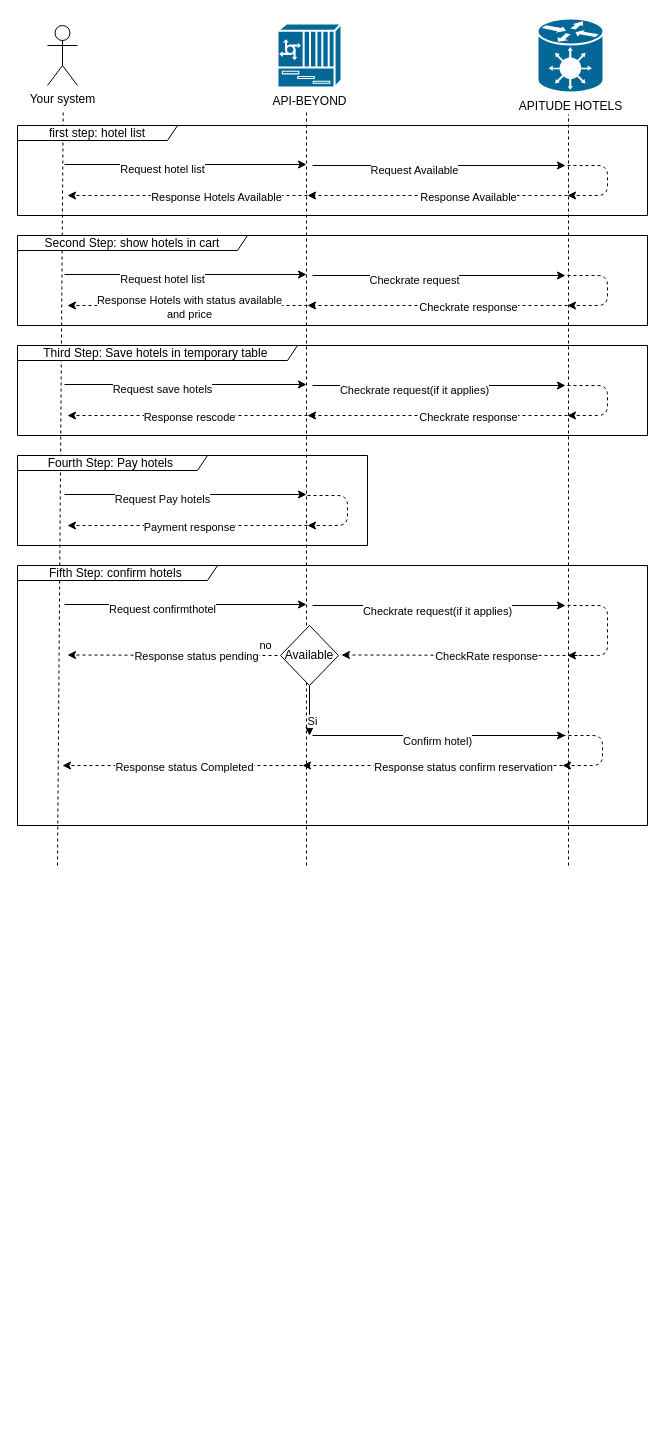
Above: Untitled Diagram.drawio in martin871/GitHUB (draw.io), before the change. Source tidied: cells renumbered, new cells numbered last; positions are measured from the earlier drawing's top-left corner, leaving out a move shared by most shapes. Both pictures are drawn from the tidied source at 100%, with x=0, y=0 at pixel (17, 18).
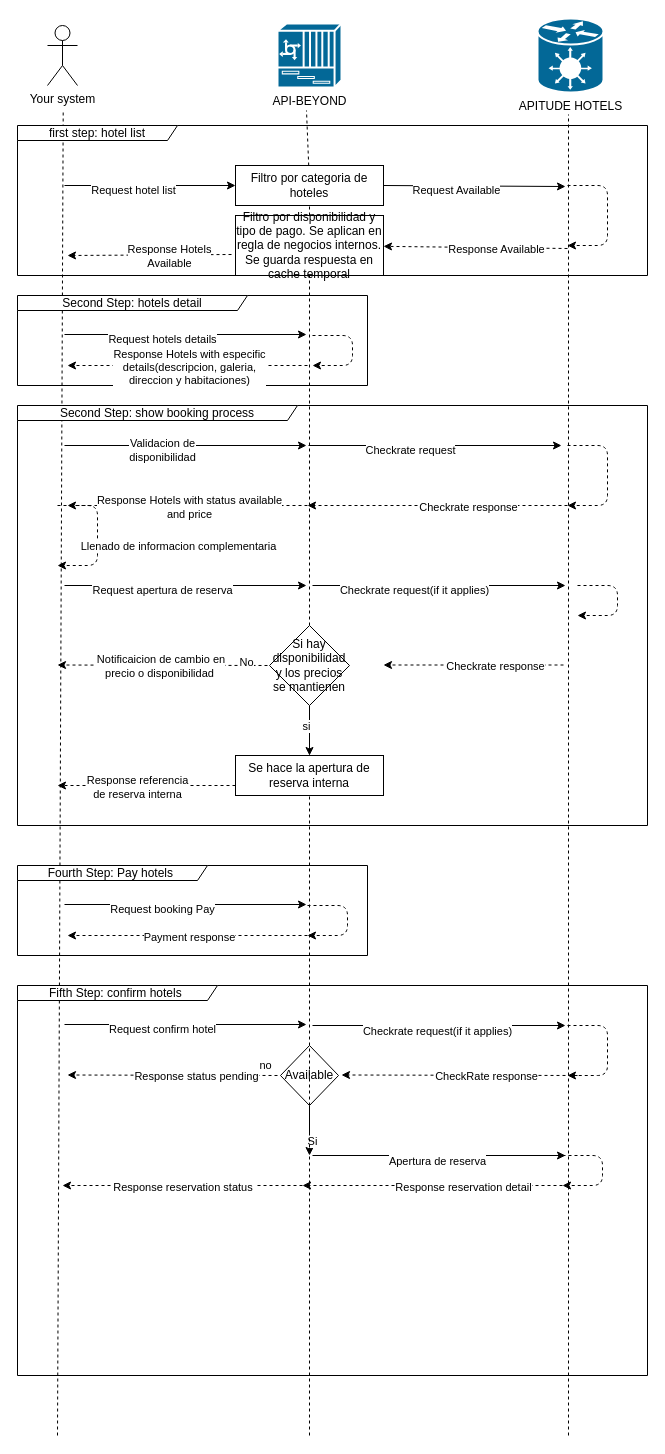
The same diagram, later.

The edit, as a diff of the source:
```diff
@@
     <mxCell id="5" style="endArrow=none;dashed=1;html=1;" parent="1" edge="1">
       <mxGeometry relative="1" as="geometry">
-        <mxPoint x="40" y="847" as="sourcePoint" />
+        <mxPoint x="40" y="1417" as="sourcePoint" />
         <mxPoint x="45.7" y="94" as="targetPoint" />
       </mxGeometry>
     </mxCell>
     <mxCell id="6" value="first step: hotel list" style="shape=umlFrame;whiteSpace=wrap;html=1;width=160;height=15;" parent="1" vertex="1">
-      <mxGeometry y="107" width="630" height="90" as="geometry" />
+      <mxGeometry y="107" width="630" height="150" as="geometry" />
     </mxCell>
-    <mxCell id="7" style="endArrow=none;dashed=1;html=1;" parent="1" edge="1">
+    <mxCell id="7" style="endArrow=none;dashed=1;html=1;startArrow=none;" parent="1" edge="1" source="65">
       <mxGeometry relative="1" as="geometry">
-        <mxPoint x="289" y="847" as="sourcePoint" />
         <mxPoint x="289" y="92" as="targetPoint" />
       </mxGeometry>
     </mxCell>
     <mxCell id="8" style="endArrow=none;dashed=1;html=1;" parent="1" edge="1">
       <mxGeometry relative="1" as="geometry">
-        <mxPoint x="551" y="847" as="sourcePoint" />
+        <mxPoint x="551" y="1417" as="sourcePoint" />
         <mxPoint x="551" y="96" as="targetPoint" />
       </mxGeometry>
     </mxCell>
-    <mxCell id="9" style="endArrow=classic;html=1;exitX=0.095;exitY=0.556;exitDx=0;exitDy=0;exitPerimeter=0;" parent="1" edge="1">
+    <mxCell id="9" style="endArrow=classic;html=1;exitX=0.095;exitY=0.556;exitDx=0;exitDy=0;exitPerimeter=0;entryX=0;entryY=0.5;entryDx=0;entryDy=0;" parent="1" edge="1" target="65">
       <mxGeometry relative="1" as="geometry">
-        <mxPoint x="47" y="146" as="sourcePoint" />
-        <mxPoint x="289" y="146" as="targetPoint" />
+        <mxPoint x="47" y="167" as="sourcePoint" />
       </mxGeometry>
     </mxCell>
@@
-    <mxCell id="11" style="endArrow=classic;html=1;exitX=0.095;exitY=0.556;exitDx=0;exitDy=0;exitPerimeter=0;" parent="1" edge="1">
+    <mxCell id="11" style="endArrow=classic;html=1;exitX=1;exitY=0.5;exitDx=0;exitDy=0;" parent="1" edge="1" source="65">
       <mxGeometry relative="1" as="geometry">
-        <mxPoint x="295" y="147" as="sourcePoint" />
-        <mxPoint x="548" y="147" as="targetPoint" />
+        <mxPoint x="548" y="168" as="targetPoint" />
       </mxGeometry>
     </mxCell>
@@
     <mxCell id="13" style="endArrow=classic;html=1;dashed=1;" parent="1" edge="1">
       <mxGeometry relative="1" as="geometry">
-        <mxPoint x="550" y="147" as="sourcePoint" />
-        <mxPoint x="550" y="177" as="targetPoint" />
+        <mxPoint x="550" y="167" as="sourcePoint" />
+        <mxPoint x="550" y="227" as="targetPoint" />
         <Array as="points">
-          <mxPoint x="590" y="147" />
-          <mxPoint x="590" y="177" />
+          <mxPoint x="590" y="167" />
+          <mxPoint x="590" y="227" />
         </Array>
       </mxGeometry>
     </mxCell>
-    <mxCell id="14" style="endArrow=classic;html=1;dashed=1;" parent="1" edge="1">
+    <mxCell id="14" style="endArrow=classic;html=1;dashed=1;" parent="1" edge="1" target="67">
       <mxGeometry relative="1" as="geometry">
-        <mxPoint x="550" y="177" as="sourcePoint" />
-        <mxPoint x="290" y="177" as="targetPoint" />
+        <mxPoint x="550" y="230" as="sourcePoint" />
       </mxGeometry>
     </mxCell>
@@
-    <mxCell id="16" style="endArrow=classic;html=1;dashed=1;" parent="1" edge="1">
+    <mxCell id="16" style="endArrow=classic;html=1;dashed=1;exitX=-0.027;exitY=0.65;exitDx=0;exitDy=0;exitPerimeter=0;" parent="1" edge="1" source="67">
       <mxGeometry relative="1" as="geometry">
-        <mxPoint x="290" y="177" as="sourcePoint" />
-        <mxPoint x="50" y="177" as="targetPoint" />
+        <mxPoint x="50" y="237" as="targetPoint" />
       </mxGeometry>
     </mxCell>
-    <mxCell id="17" value="Response Hotels Available" style="edgeLabel;html=1;align=center;verticalAlign=middle;" parent="16" vertex="1">
+    <mxCell id="17" value="Response Hotels &lt;br&gt;Available" style="edgeLabel;html=1;align=center;verticalAlign=middle;" parent="16" vertex="1">
       <mxGeometry x="-0.23" y="1" relative="1" as="geometry" />
     </mxCell>
-    <mxCell id="18" value="Second Step: show hotels in cart" style="shape=umlFrame;whiteSpace=wrap;html=1;width=230;height=15;" parent="1" vertex="1">
-      <mxGeometry y="217" width="630" height="90" as="geometry" />
+    <mxCell id="18" value="Second Step: show booking process" style="shape=umlFrame;whiteSpace=wrap;html=1;width=280;height=15;" parent="1" vertex="1">
+      <mxGeometry y="387" width="630" height="420" as="geometry" />
     </mxCell>
     <mxCell id="19" style="endArrow=classic;html=1;exitX=0.095;exitY=0.556;exitDx=0;exitDy=0;exitPerimeter=0;" parent="1" edge="1">
       <mxGeometry relative="1" as="geometry">
-        <mxPoint x="47" y="256" as="sourcePoint" />
-        <mxPoint x="289" y="256" as="targetPoint" />
+        <mxPoint x="47" y="427" as="sourcePoint" />
+        <mxPoint x="289" y="427" as="targetPoint" />
       </mxGeometry>
     </mxCell>
-    <mxCell id="20" value="Request hotel list" style="edgeLabel;html=1;align=center;verticalAlign=middle;" parent="19" vertex="1">
+    <mxCell id="20" value="Validacion de &lt;br&gt;disponibilidad" style="edgeLabel;html=1;align=center;verticalAlign=middle;" parent="19" vertex="1">
       <mxGeometry x="-0.2" y="-4" relative="1" as="geometry" />
     </mxCell>
     <mxCell id="21" style="endArrow=classic;html=1;exitX=0.095;exitY=0.556;exitDx=0;exitDy=0;exitPerimeter=0;" parent="1" edge="1">
       <mxGeometry relative="1" as="geometry">
-        <mxPoint x="295" y="257" as="sourcePoint" />
-        <mxPoint x="548" y="257" as="targetPoint" />
+        <mxPoint x="291" y="427" as="sourcePoint" />
+        <mxPoint x="544" y="427" as="targetPoint" />
       </mxGeometry>
     </mxCell>
@@
-    <mxCell id="23" style="endArrow=classic;html=1;dashed=1;" parent="1" edge="1">
-      <mxGeometry relative="1" as="geometry">
-        <mxPoint x="550" y="257" as="sourcePoint" />
-        <mxPoint x="550" y="287" as="targetPoint" />
-        <Array as="points">
-          <mxPoint x="590" y="257" />
-          <mxPoint x="590" y="287" />
-        </Array>
-      </mxGeometry>
-    </mxCell>
     <mxCell id="24" style="endArrow=classic;html=1;dashed=1;" parent="1" edge="1">
       <mxGeometry relative="1" as="geometry">
-        <mxPoint x="550" y="287" as="sourcePoint" />
-        <mxPoint x="290" y="287" as="targetPoint" />
+        <mxPoint x="550" y="487" as="sourcePoint" />
+        <mxPoint x="290" y="487" as="targetPoint" />
       </mxGeometry>
     </mxCell>
@@
     <mxCell id="26" style="endArrow=classic;html=1;dashed=1;" parent="1" edge="1">
       <mxGeometry relative="1" as="geometry">
-        <mxPoint x="290" y="287" as="sourcePoint" />
-        <mxPoint x="50" y="287" as="targetPoint" />
+        <mxPoint x="290" y="487" as="sourcePoint" />
+        <mxPoint x="50" y="487" as="targetPoint" />
       </mxGeometry>
     </mxCell>
@@
-    <mxCell id="28" value="Third Step: Save hotels in temporary table&amp;nbsp;" style="shape=umlFrame;whiteSpace=wrap;html=1;width=280;height=15;" parent="1" vertex="1">
-      <mxGeometry y="327" width="630" height="90" as="geometry" />
-    </mxCell>
     <mxCell id="29" style="endArrow=classic;html=1;exitX=0.095;exitY=0.556;exitDx=0;exitDy=0;exitPerimeter=0;" parent="1" edge="1">
       <mxGeometry relative="1" as="geometry">
-        <mxPoint x="47" y="366" as="sourcePoint" />
-        <mxPoint x="289" y="366" as="targetPoint" />
+        <mxPoint x="47" y="567" as="sourcePoint" />
+        <mxPoint x="289" y="567" as="targetPoint" />
       </mxGeometry>
     </mxCell>
-    <mxCell id="30" value="Request save hotels" style="edgeLabel;html=1;align=center;verticalAlign=middle;" parent="29" vertex="1">
+    <mxCell id="30" value="Request apertura de reserva" style="edgeLabel;html=1;align=center;verticalAlign=middle;" parent="29" vertex="1">
       <mxGeometry x="-0.2" y="-4" relative="1" as="geometry" />
     </mxCell>
     <mxCell id="31" style="endArrow=classic;html=1;exitX=0.095;exitY=0.556;exitDx=0;exitDy=0;exitPerimeter=0;" parent="1" edge="1">
       <mxGeometry relative="1" as="geometry">
-        <mxPoint x="295" y="367" as="sourcePoint" />
-        <mxPoint x="548" y="367" as="targetPoint" />
+        <mxPoint x="295" y="567" as="sourcePoint" />
+        <mxPoint x="548" y="567" as="targetPoint" />
       </mxGeometry>
     </mxCell>
@@
     <mxCell id="33" style="endArrow=classic;html=1;dashed=1;" parent="1" edge="1">
       <mxGeometry relative="1" as="geometry">
-        <mxPoint x="550" y="367" as="sourcePoint" />
-        <mxPoint x="550" y="397" as="targetPoint" />
+        <mxPoint x="560" y="567" as="sourcePoint" />
+        <mxPoint x="560" y="597" as="targetPoint" />
         <Array as="points">
-          <mxPoint x="590" y="367" />
-          <mxPoint x="590" y="397" />
+          <mxPoint x="600" y="567" />
+          <mxPoint x="600" y="597" />
         </Array>
       </mxGeometry>
     </mxCell>
     <mxCell id="34" style="endArrow=classic;html=1;dashed=1;" parent="1" edge="1">
       <mxGeometry relative="1" as="geometry">
-        <mxPoint x="550" y="397" as="sourcePoint" />
-        <mxPoint x="290" y="397" as="targetPoint" />
+        <mxPoint x="546" y="646.5" as="sourcePoint" />
+        <mxPoint x="366" y="646.5" as="targetPoint" />
       </mxGeometry>
     </mxCell>
@@
-    <mxCell id="36" style="endArrow=classic;html=1;dashed=1;" parent="1" edge="1">
+    <mxCell id="36" style="endArrow=classic;html=1;dashed=1;exitX=0;exitY=0.75;exitDx=0;exitDy=0;" parent="1" edge="1" source="78">
       <mxGeometry relative="1" as="geometry">
-        <mxPoint x="290" y="397" as="sourcePoint" />
-        <mxPoint x="50" y="397" as="targetPoint" />
+        <mxPoint x="40" y="767" as="targetPoint" />
       </mxGeometry>
     </mxCell>
-    <mxCell id="37" value="Response rescode" style="edgeLabel;html=1;align=center;verticalAlign=middle;" parent="36" vertex="1">
+    <mxCell id="37" value="Response referencia &lt;br&gt;de reserva interna" style="edgeLabel;html=1;align=center;verticalAlign=middle;" parent="36" vertex="1">
       <mxGeometry x="-0.23" y="1" relative="1" as="geometry">
-        <mxPoint x="-27" as="offset" />
+        <mxPoint x="-30" as="offset" />
       </mxGeometry>
     </mxCell>
     <mxCell id="38" value="Fourth Step: Pay hotels&amp;nbsp;" style="shape=umlFrame;whiteSpace=wrap;html=1;width=190;height=15;" parent="1" vertex="1">
-      <mxGeometry y="437" width="350" height="90" as="geometry" />
+      <mxGeometry y="847" width="350" height="90" as="geometry" />
     </mxCell>
     <mxCell id="39" style="endArrow=classic;html=1;exitX=0.095;exitY=0.556;exitDx=0;exitDy=0;exitPerimeter=0;" parent="1" edge="1">
       <mxGeometry relative="1" as="geometry">
-        <mxPoint x="47" y="476" as="sourcePoint" />
-        <mxPoint x="289" y="476" as="targetPoint" />
+        <mxPoint x="47" y="886" as="sourcePoint" />
+        <mxPoint x="289" y="886" as="targetPoint" />
       </mxGeometry>
     </mxCell>
-    <mxCell id="40" value="Request Pay hotels" style="edgeLabel;html=1;align=center;verticalAlign=middle;" parent="39" vertex="1">
+    <mxCell id="40" value="Request booking Pay" style="edgeLabel;html=1;align=center;verticalAlign=middle;" parent="39" vertex="1">
       <mxGeometry x="-0.2" y="-4" relative="1" as="geometry" />
     </mxCell>
     <mxCell id="41" style="endArrow=classic;html=1;dashed=1;" parent="1" edge="1">
       <mxGeometry relative="1" as="geometry">
-        <mxPoint x="290" y="477" as="sourcePoint" />
-        <mxPoint x="290" y="507" as="targetPoint" />
+        <mxPoint x="290" y="887" as="sourcePoint" />
+        <mxPoint x="290" y="917" as="targetPoint" />
         <Array as="points">
-          <mxPoint x="330" y="477" />
-          <mxPoint x="330" y="507" />
+          <mxPoint x="330" y="887" />
+          <mxPoint x="330" y="917" />
         </Array>
       </mxGeometry>
     </mxCell>
     <mxCell id="42" style="endArrow=classic;html=1;dashed=1;" parent="1" edge="1">
       <mxGeometry relative="1" as="geometry">
-        <mxPoint x="290" y="507" as="sourcePoint" />
-        <mxPoint x="50" y="507" as="targetPoint" />
+        <mxPoint x="290" y="917" as="sourcePoint" />
+        <mxPoint x="50" y="917" as="targetPoint" />
       </mxGeometry>
     </mxCell>
@@
     <mxCell id="44" value="Fifth Step: confirm hotels&amp;nbsp;" style="shape=umlFrame;whiteSpace=wrap;html=1;width=200;height=15;" parent="1" vertex="1">
-      <mxGeometry y="547" width="630" height="260" as="geometry" />
+      <mxGeometry y="967" width="630" height="390" as="geometry" />
     </mxCell>
     <mxCell id="45" style="endArrow=classic;html=1;exitX=0.095;exitY=0.556;exitDx=0;exitDy=0;exitPerimeter=0;" parent="1" edge="1">
       <mxGeometry relative="1" as="geometry">
-        <mxPoint x="47" y="586" as="sourcePoint" />
-        <mxPoint x="289" y="586" as="targetPoint" />
+        <mxPoint x="47" y="1006" as="sourcePoint" />
+        <mxPoint x="289" y="1006" as="targetPoint" />
       </mxGeometry>
     </mxCell>
-    <mxCell id="46" value="Request confirmthotel" style="edgeLabel;html=1;align=center;verticalAlign=middle;" parent="45" vertex="1">
+    <mxCell id="46" value="Request confirm hotel" style="edgeLabel;html=1;align=center;verticalAlign=middle;" parent="45" vertex="1">
       <mxGeometry x="-0.2" y="-4" relative="1" as="geometry" />
     </mxCell>
     <mxCell id="47" style="endArrow=classic;html=1;exitX=0.095;exitY=0.556;exitDx=0;exitDy=0;exitPerimeter=0;" parent="1" edge="1">
       <mxGeometry relative="1" as="geometry">
-        <mxPoint x="295" y="587" as="sourcePoint" />
-        <mxPoint x="548" y="587" as="targetPoint" />
+        <mxPoint x="295" y="1007" as="sourcePoint" />
+        <mxPoint x="548" y="1007" as="targetPoint" />
       </mxGeometry>
     </mxCell>
@@
-    <mxCell id="49" style="endArrow=classic;html=1;dashed=1;entryX=0.873;entryY=0.346;entryDx=0;entryDy=0;entryPerimeter=0;" parent="1" edge="1" target="44">
+    <mxCell id="49" style="endArrow=classic;html=1;dashed=1;" parent="1" edge="1">
       <mxGeometry relative="1" as="geometry">
-        <mxPoint x="550" y="587" as="sourcePoint" />
+        <mxPoint x="550" y="1007" as="sourcePoint" />
+        <mxPoint x="550" y="1057" as="targetPoint" />
         <Array as="points">
-          <mxPoint x="590" y="587" />
-          <mxPoint x="590" y="637" />
+          <mxPoint x="590" y="1007" />
+          <mxPoint x="590" y="1057" />
         </Array>
       </mxGeometry>
     </mxCell>
     <mxCell id="50" style="endArrow=classic;html=1;dashed=1;" parent="1" edge="1">
       <mxGeometry relative="1" as="geometry">
-        <mxPoint x="545" y="747" as="sourcePoint" />
-        <mxPoint x="285" y="747" as="targetPoint" />
+        <mxPoint x="545" y="1167" as="sourcePoint" />
+        <mxPoint x="285" y="1167" as="targetPoint" />
       </mxGeometry>
     </mxCell>
-    <mxCell id="51" value="Response status confirm reservation" style="edgeLabel;html=1;align=center;verticalAlign=middle;" parent="50" vertex="1">
+    <mxCell id="51" value="Response reservation detail" style="edgeLabel;html=1;align=center;verticalAlign=middle;" parent="50" vertex="1">
       <mxGeometry x="-0.23" y="1" relative="1" as="geometry" />
     </mxCell>
     <mxCell id="52" style="endArrow=classic;html=1;dashed=1;" parent="1" edge="1">
       <mxGeometry relative="1" as="geometry">
-        <mxPoint x="285" y="747" as="sourcePoint" />
-        <mxPoint x="45" y="747" as="targetPoint" />
+        <mxPoint x="285" y="1167" as="sourcePoint" />
+        <mxPoint x="45" y="1167" as="targetPoint" />
       </mxGeometry>
     </mxCell>
-    <mxCell id="53" value="Response status Completed" style="edgeLabel;html=1;align=center;verticalAlign=middle;" parent="52" vertex="1">
+    <mxCell id="53" value="Response reservation status&amp;nbsp;" style="edgeLabel;html=1;align=center;verticalAlign=middle;" parent="52" vertex="1">
       <mxGeometry x="-0.23" y="1" relative="1" as="geometry">
         <mxPoint x="-27" as="offset" />
       </mxGeometry>
     </mxCell>
     <mxCell id="54" style="endArrow=classic;html=1;exitX=0.5;exitY=1;exitDx=0;exitDy=0;" parent="1" edge="1" source="61">
       <mxGeometry relative="1" as="geometry">
-        <mxPoint x="292" y="717" as="targetPoint" />
+        <mxPoint x="292" y="1137" as="targetPoint" />
       </mxGeometry>
     </mxCell>
@@
     <mxCell id="56" style="endArrow=classic;html=1;exitX=0.095;exitY=0.556;exitDx=0;exitDy=0;exitPerimeter=0;" parent="1" edge="1">
       <mxGeometry relative="1" as="geometry">
-        <mxPoint x="295" y="717" as="sourcePoint" />
-        <mxPoint x="548" y="717" as="targetPoint" />
+        <mxPoint x="295" y="1137" as="sourcePoint" />
+        <mxPoint x="548" y="1137" as="targetPoint" />
       </mxGeometry>
     </mxCell>
-    <mxCell id="57" value="Confirm hotel)" style="edgeLabel;html=1;align=center;verticalAlign=middle;" parent="56" vertex="1">
+    <mxCell id="57" value="Apertura de reserva" style="edgeLabel;html=1;align=center;verticalAlign=middle;" parent="56" vertex="1">
       <mxGeometry x="-0.2" y="-4" relative="1" as="geometry">
         <mxPoint x="23" y="1" as="offset" />
       </mxGeometry>
     </mxCell>
     <mxCell id="58" style="endArrow=classic;html=1;dashed=1;" parent="1" edge="1">
       <mxGeometry relative="1" as="geometry">
-        <mxPoint x="545" y="717" as="sourcePoint" />
-        <mxPoint x="545" y="747" as="targetPoint" />
+        <mxPoint x="545" y="1137" as="sourcePoint" />
+        <mxPoint x="545" y="1167" as="targetPoint" />
         <Array as="points">
-          <mxPoint x="585" y="717" />
-          <mxPoint x="585" y="747" />
+          <mxPoint x="585" y="1137" />
+          <mxPoint x="585" y="1167" />
         </Array>
       </mxGeometry>
     </mxCell>
     <mxCell id="59" style="endArrow=classic;html=1;dashed=1;" parent="1" edge="1">
       <mxGeometry relative="1" as="geometry">
-        <mxPoint x="560" y="637" as="sourcePoint" />
-        <mxPoint x="324" y="636.5" as="targetPoint" />
+        <mxPoint x="560" y="1057" as="sourcePoint" />
+        <mxPoint x="324" y="1056.5" as="targetPoint" />
       </mxGeometry>
     </mxCell>
@@
     <mxCell id="61" value="Available" style="rhombus;whiteSpace=wrap;html=1;" parent="1" vertex="1">
-      <mxGeometry x="263" y="607" width="58" height="60" as="geometry" />
+      <mxGeometry x="263" y="1027" width="58" height="60" as="geometry" />
     </mxCell>
     <mxCell id="62" style="endArrow=classic;html=1;dashed=1;" parent="1" edge="1">
       <mxGeometry relative="1" as="geometry">
-        <mxPoint x="260" y="637" as="sourcePoint" />
-        <mxPoint x="50" y="636.5" as="targetPoint" />
+        <mxPoint x="260" y="1057" as="sourcePoint" />
+        <mxPoint x="50" y="1056.5" as="targetPoint" />
       </mxGeometry>
     </mxCell>
@@
+    <mxCell id="65" value="Filtro por categoria de hoteles" style="rounded=0;whiteSpace=wrap;html=1;" parent="1" vertex="1">
+      <mxGeometry x="218" y="147" width="148" height="40" as="geometry" />
+    </mxCell>
+    <mxCell id="66" style="endArrow=none;dashed=1;html=1;startArrow=none;" parent="1" edge="1" source="67" target="65">
+      <mxGeometry relative="1" as="geometry" />
+    </mxCell>
+    <mxCell id="67" value="Filtro por disponibilidad y tipo de pago. Se aplican en regla de negocios internos. Se guarda respuesta en cache temporal" style="rounded=0;whiteSpace=wrap;html=1;" parent="1" vertex="1">
+      <mxGeometry x="218" y="197" width="148" height="60" as="geometry" />
+    </mxCell>
+    <mxCell id="68" style="endArrow=none;dashed=1;html=1;" parent="1" edge="1" target="67">
+      <mxGeometry relative="1" as="geometry">
+        <mxPoint x="292" y="1417" as="sourcePoint" />
+      </mxGeometry>
+    </mxCell>
+    <mxCell id="69" value="Second Step: hotels detail" style="shape=umlFrame;whiteSpace=wrap;html=1;width=230;height=15;" parent="1" vertex="1">
+      <mxGeometry y="277" width="350" height="90" as="geometry" />
+    </mxCell>
+    <mxCell id="70" style="endArrow=classic;html=1;exitX=0.095;exitY=0.556;exitDx=0;exitDy=0;exitPerimeter=0;" parent="1" edge="1">
+      <mxGeometry relative="1" as="geometry">
+        <mxPoint x="47" y="316" as="sourcePoint" />
+        <mxPoint x="289" y="316" as="targetPoint" />
+      </mxGeometry>
+    </mxCell>
+    <mxCell id="71" value="Request hotels details" style="edgeLabel;html=1;align=center;verticalAlign=middle;" parent="70" vertex="1">
+      <mxGeometry x="-0.2" y="-4" relative="1" as="geometry" />
+    </mxCell>
+    <mxCell id="72" style="endArrow=classic;html=1;dashed=1;" parent="1" edge="1">
+      <mxGeometry relative="1" as="geometry">
+        <mxPoint x="295" y="317" as="sourcePoint" />
+        <mxPoint x="295" y="347" as="targetPoint" />
+        <Array as="points">
+          <mxPoint x="335" y="317" />
+          <mxPoint x="335" y="347" />
+        </Array>
+      </mxGeometry>
+    </mxCell>
+    <mxCell id="73" style="endArrow=classic;html=1;dashed=1;" parent="1" edge="1">
+      <mxGeometry relative="1" as="geometry">
+        <mxPoint x="290" y="347" as="sourcePoint" />
+        <mxPoint x="50" y="347" as="targetPoint" />
+      </mxGeometry>
+    </mxCell>
+    <mxCell id="74" value="Response Hotels with especific &lt;br&gt;details(descripcion, galeria, &lt;br&gt;direccion y habitaciones)" style="edgeLabel;html=1;align=center;verticalAlign=middle;" parent="73" vertex="1">
+      <mxGeometry x="-0.23" y="1" relative="1" as="geometry">
+        <mxPoint x="-27" as="offset" />
+      </mxGeometry>
+    </mxCell>
+    <mxCell id="75" style="endArrow=classic;html=1;dashed=1;" parent="1" edge="1">
+      <mxGeometry relative="1" as="geometry">
+        <mxPoint x="550" y="427" as="sourcePoint" />
+        <mxPoint x="550" y="487" as="targetPoint" />
+        <Array as="points">
+          <mxPoint x="590" y="427" />
+          <mxPoint x="590" y="487" />
+        </Array>
+      </mxGeometry>
+    </mxCell>
+    <mxCell id="76" style="endArrow=classic;html=1;dashed=1;" parent="1" edge="1">
+      <mxGeometry relative="1" as="geometry">
+        <mxPoint x="40" y="487" as="sourcePoint" />
+        <mxPoint x="40" y="547" as="targetPoint" />
+        <Array as="points">
+          <mxPoint x="80" y="487" />
+          <mxPoint x="80" y="547" />
+        </Array>
+      </mxGeometry>
+    </mxCell>
+    <mxCell id="77" value="Llenado de informacion complementaria" style="edgeLabel;html=1;align=center;verticalAlign=middle;" parent="76" vertex="1">
+      <mxGeometry x="0.21" relative="1" as="geometry">
+        <mxPoint x="80" y="-5" as="offset" />
+      </mxGeometry>
+    </mxCell>
+    <mxCell id="78" value="Se hace la apertura de reserva interna" style="rounded=0;whiteSpace=wrap;html=1;" parent="1" vertex="1">
+      <mxGeometry x="218" y="737" width="148" height="40" as="geometry" />
+    </mxCell>
+    <mxCell id="79" value="Si hay disponibilidad y los precios se mantienen" style="rhombus;whiteSpace=wrap;html=1;" parent="1" vertex="1">
+      <mxGeometry x="252" y="607" width="80" height="80" as="geometry" />
+    </mxCell>
+    <mxCell id="80" style="endArrow=classic;html=1;dashed=1;" parent="1" edge="1">
+      <mxGeometry relative="1" as="geometry">
+        <mxPoint x="250" y="647" as="sourcePoint" />
+        <mxPoint x="40" y="646.5" as="targetPoint" />
+      </mxGeometry>
+    </mxCell>
+    <mxCell id="81" value="&amp;nbsp;Notificaicion de cambio en &lt;br&gt;precio o disponibilidad" style="edgeLabel;html=1;align=center;verticalAlign=middle;" parent="80" vertex="1">
+      <mxGeometry x="-0.23" y="1" relative="1" as="geometry">
+        <mxPoint x="-27" as="offset" />
+      </mxGeometry>
+    </mxCell>
+    <mxCell id="82" value="No" style="edgeLabel;html=1;align=center;verticalAlign=middle;" parent="80" vertex="1">
+      <mxGeometry x="-0.79" y="-3" relative="1" as="geometry" />
+    </mxCell>
+    <mxCell id="83" style="endArrow=classic;html=1;exitX=0.5;exitY=1;exitDx=0;exitDy=0;entryX=0.5;entryY=0;entryDx=0;entryDy=0;" parent="1" edge="1" source="79" target="78">
+      <mxGeometry relative="1" as="geometry" />
+    </mxCell>
+    <mxCell id="84" value="si" style="edgeLabel;html=1;align=center;verticalAlign=middle;" parent="83" vertex="1">
+      <mxGeometry x="-0.2" y="-4" relative="1" as="geometry" />
+    </mxCell>
```
